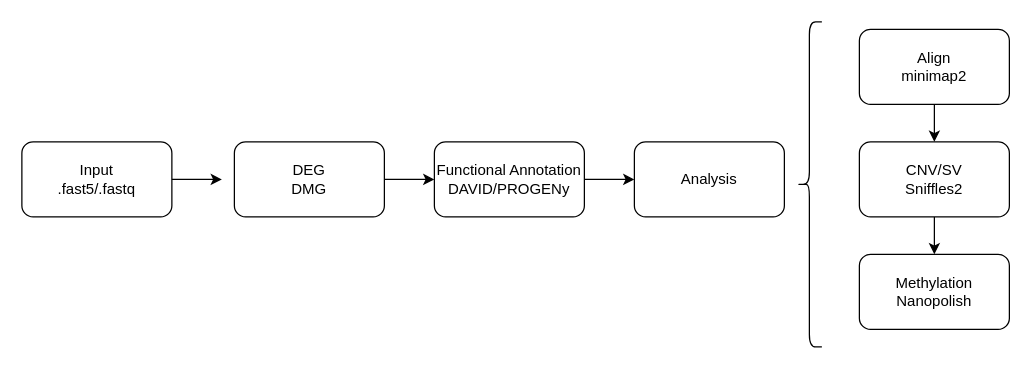
This is presentation/workflow.drawio from MeowBing/file, a draw.io file, before an edit. Source tidied: cells renumbered, new cells numbered last; positions are measured from the earlier drawing's top-left corner, leaving out a move shared by most shapes. Both pictures are drawn from the tidied source at 125%, with x=0, y=0 at pixel (21, 21).
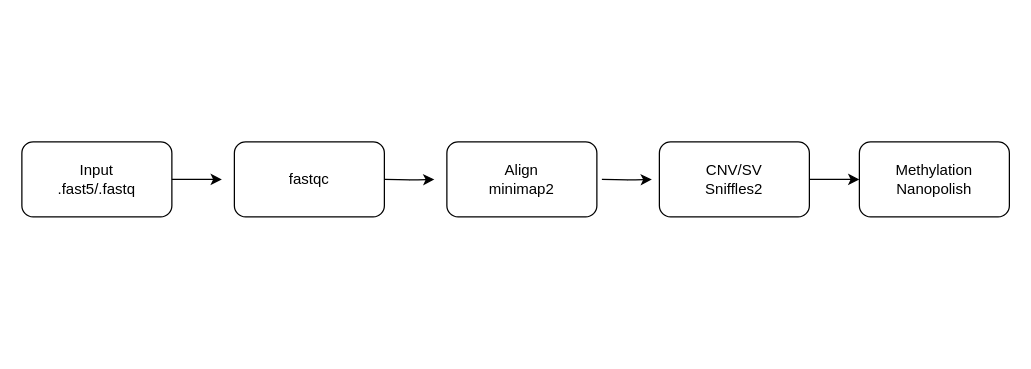
Above is the later version.

Diff of the diagram source:
```diff
@@
 <mxGraphModel>
   <root>
     <mxCell id="0" />
     <mxCell id="1" parent="0" />
     <mxCell id="2" style="edgeStyle=orthogonalEdgeStyle;jettySize=auto;html=1;" parent="1" edge="1" source="3">
       <mxGeometry relative="1" as="geometry">
         <mxPoint x="160" y="126" as="targetPoint" />
       </mxGeometry>
     </mxCell>
     <mxCell id="3" value="Input&lt;div&gt;.fast5/.fastq&lt;/div&gt;" style="rounded=1;whiteSpace=wrap;html=1;fillColor=none;" parent="1" vertex="1">
       <mxGeometry y="96" width="120" height="60" as="geometry" />
     </mxCell>
-    <mxCell id="4" style="shape=curlyBracket;whiteSpace=wrap;html=1;rounded=1;labelPosition=left;verticalLabelPosition=middle;align=right;verticalAlign=middle;" parent="1" vertex="1">
-      <mxGeometry x="620" width="20" height="260" as="geometry" />
-    </mxCell>
-    <mxCell id="5" style="edgeStyle=orthogonalEdgeStyle;jettySize=auto;html=1;" parent="1" edge="1" source="6" target="8">
-      <mxGeometry relative="1" as="geometry" />
-    </mxCell>
     <mxCell id="6" value="Align&lt;div&gt;minimap2&lt;/div&gt;" style="rounded=1;whiteSpace=wrap;html=1;fillColor=none;" parent="1" vertex="1">
-      <mxGeometry x="670" y="6" width="120" height="60" as="geometry" />
+      <mxGeometry x="340" y="96" width="120" height="60" as="geometry" />
     </mxCell>
     <mxCell id="7" style="edgeStyle=orthogonalEdgeStyle;jettySize=auto;html=1;" parent="1" edge="1" source="8" target="9">
       <mxGeometry relative="1" as="geometry" />
     </mxCell>
     <mxCell id="8" value="CNV/SV&lt;div&gt;Sniffles2&lt;/div&gt;" style="rounded=1;whiteSpace=wrap;html=1;fillColor=none;" parent="1" vertex="1">
-      <mxGeometry x="670" y="96" width="120" height="60" as="geometry" />
+      <mxGeometry x="510" y="96" width="120" height="60" as="geometry" />
     </mxCell>
     <mxCell id="9" value="Methylation&lt;div&gt;Nanopolish&lt;/div&gt;" style="whiteSpace=wrap;html=1;fillColor=none;rounded=1;" parent="1" vertex="1">
-      <mxGeometry x="670" y="186" width="120" height="60" as="geometry" />
+      <mxGeometry x="670" y="96" width="120" height="60" as="geometry" />
     </mxCell>
-    <mxCell id="10" style="edgeStyle=orthogonalEdgeStyle;jettySize=auto;html=1;" parent="1" edge="1" source="11" target="13">
-      <mxGeometry relative="1" as="geometry" />
+    <mxCell id="10" style="edgeStyle=orthogonalEdgeStyle;orthogonalLoop=1;jettySize=auto;html=1;" parent="1" edge="1">
+      <mxGeometry relative="1" as="geometry">
+        <mxPoint x="290" y="126" as="sourcePoint" />
+        <mxPoint x="330" y="126" as="targetPoint" />
+      </mxGeometry>
     </mxCell>
-    <mxCell id="11" value="DEG&lt;div&gt;DMG&lt;/div&gt;" style="rounded=1;whiteSpace=wrap;html=1;fillColor=none;" parent="1" vertex="1">
-      <mxGeometry x="170" y="96" width="120" height="60" as="geometry" />
-    </mxCell>
-    <mxCell id="12" style="edgeStyle=orthogonalEdgeStyle;jettySize=auto;html=1;" parent="1" edge="1" source="13" target="14">
-      <mxGeometry relative="1" as="geometry" />
+    <mxCell id="12" style="edgeStyle=orthogonalEdgeStyle;orthogonalLoop=1;jettySize=auto;html=1;" parent="1" edge="1">
+      <mxGeometry relative="1" as="geometry">
+        <mxPoint x="464" y="126" as="sourcePoint" />
+        <mxPoint x="504" y="126" as="targetPoint" />
+      </mxGeometry>
     </mxCell>
-    <mxCell id="13" value="Functional Annotation&lt;div&gt;DAVID/PROGENy&lt;/div&gt;" style="whiteSpace=wrap;html=1;fillColor=none;rounded=1;" parent="1" vertex="1">
-      <mxGeometry x="330" y="96" width="120" height="60" as="geometry" />
-    </mxCell>
-    <mxCell id="14" value="Analysis" style="whiteSpace=wrap;html=1;fillColor=none;rounded=1;" parent="1" vertex="1">
-      <mxGeometry x="490" y="96" width="120" height="60" as="geometry" />
-    </mxCell>
+    <mxCell id="15" value="fastqc" style="rounded=1;whiteSpace=wrap;html=1;fillColor=none;" parent="1" vertex="1">
+      <mxGeometry x="170" y="96" width="120" height="60" as="geometry" />
+    </mxCell>
   </root>
 </mxGraphModel>
```
